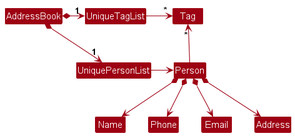
nus-cs2103-AY2425S1/tp keeps this PlantUML diagram as docs/images/BetterModelClassDiagram.png. Above is the earlier version.
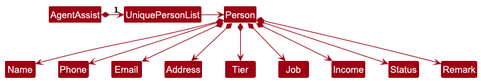
After the change.

The edit, as a diff of the source:
```diff
@@ -4,18 +4,18 @@
 skinparam arrowColor MODEL_COLOR
 skinparam classBackgroundColor MODEL_COLOR
 
-AddressBook *-right-> "1" UniquePersonList
-AddressBook *-right-> "1" UniqueTagList
-UniqueTagList -[hidden]down- UniquePersonList
-UniqueTagList -[hidden]down- UniquePersonList
+AgentAssist *-right-> "1" UniquePersonList
 
-UniqueTagList -right-> "*" Tag
 UniquePersonList -right-> Person
-
-Person -up-> "*" Tag
 
 Person *--> Name
 Person *--> Phone
 Person *--> Email
 Person *--> Address
+Person *--> Tier
+Person *--> Job
+Person *--> Income
+Person *--> Status
+Person *--> Remark
+
 @enduml
```
